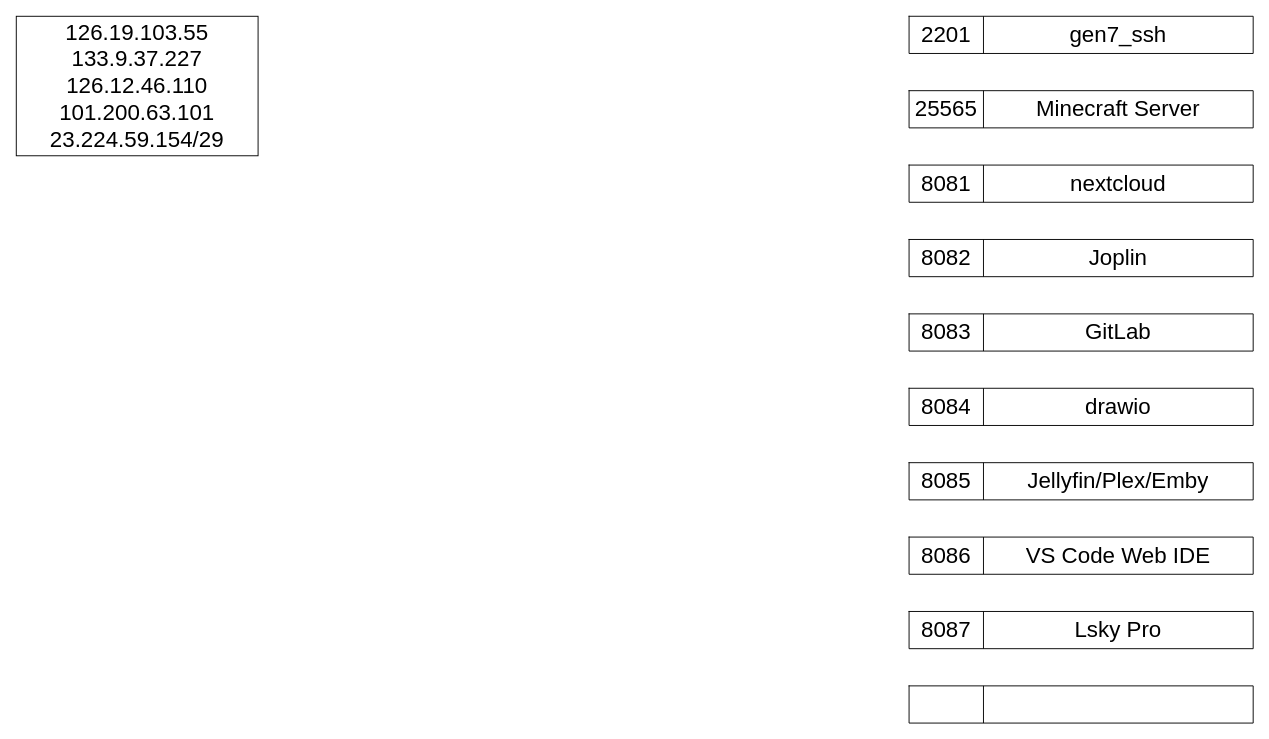
Earlier version of the draw.io diagram 未命名绘图.drawio (CharlesHJC/CICD). Source tidied: cells renumbered, new cells numbered last; positions are measured from the earlier drawing's top-left corner, leaving out a move shared by most shapes. Both pictures are drawn from the tidied source at 93%, with x=0, y=0 at pixel (16, 16).
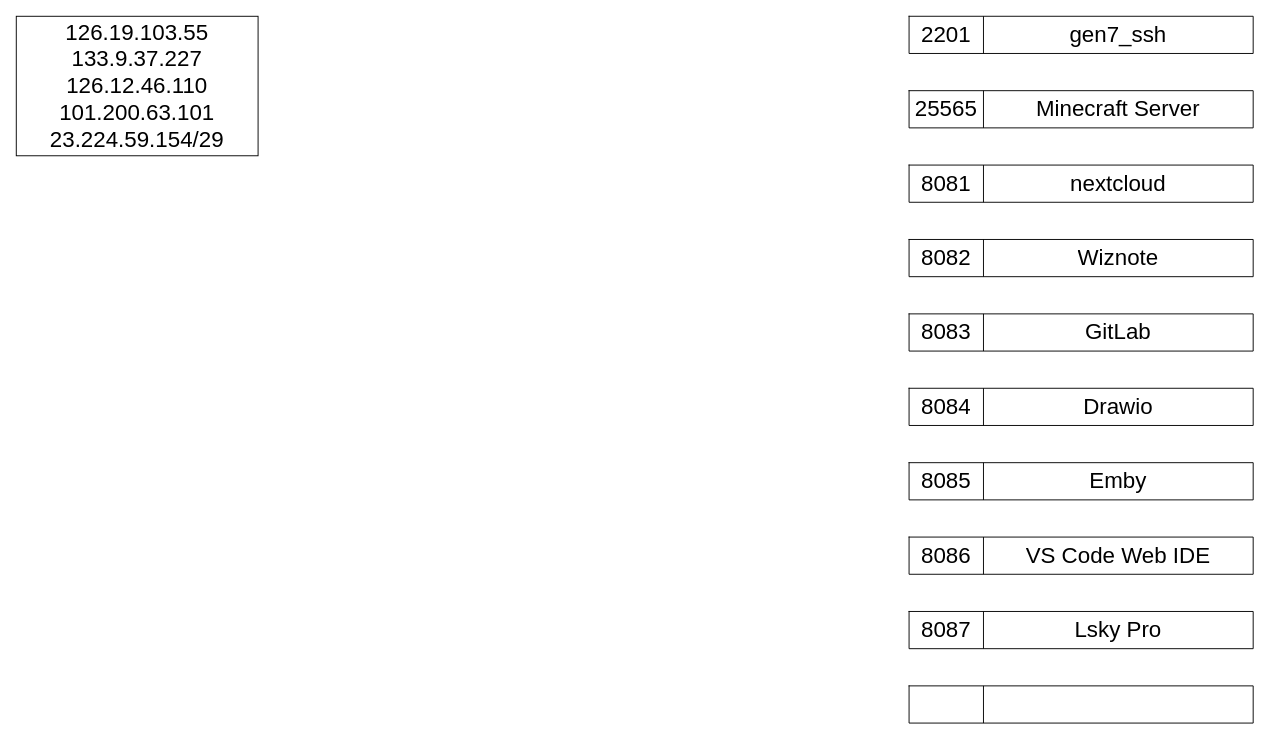
Above is the later version.

The change refers to these unchanged cells:
```xml
<mxCell id="11" style="shape=tableRow;horizontal=0;startSize=0;swimlaneHead=0;swimlaneBody=0;top=0;left=0;bottom=0;right=0;fillColor=none;fontSize=24;" parent="10" vertex="1">
  <mxGeometry width="370" height="40" as="geometry" />
</mxCell>
<mxCell id="19" style="shape=tableRow;horizontal=0;startSize=0;swimlaneHead=0;swimlaneBody=0;top=0;left=0;bottom=0;right=0;fillColor=none;fontSize=24;" parent="18" vertex="1">
  <mxGeometry width="370" height="40" as="geometry" />
</mxCell>
<mxCell id="23" style="shape=tableRow;horizontal=0;startSize=0;swimlaneHead=0;swimlaneBody=0;top=0;left=0;bottom=0;right=0;fillColor=none;fontSize=24;" parent="22" vertex="1">
  <mxGeometry width="370" height="40" as="geometry" />
</mxCell>
```

Diff of the diagram source:
```diff
@@
-    <mxCell id="13" value="drawio" style="shape=partialRectangle;html=1;whiteSpace=wrap;overflow=hidden;fillColor=none;top=0;left=0;bottom=0;right=0;fontSize=24;" parent="11" vertex="1">
+    <mxCell id="13" value="Drawio" style="shape=partialRectangle;html=1;whiteSpace=wrap;overflow=hidden;fillColor=none;top=0;left=0;bottom=0;right=0;fontSize=24;" parent="11" vertex="1">
       <mxGeometry x="80" width="290" height="40" as="geometry" />
     </mxCell>
@@
-    <mxCell id="21" value="Joplin" style="shape=partialRectangle;html=1;whiteSpace=wrap;overflow=hidden;fillColor=none;top=0;left=0;bottom=0;right=0;fontSize=24;" parent="19" vertex="1">
+    <mxCell id="21" value="Wiznote" style="shape=partialRectangle;html=1;whiteSpace=wrap;overflow=hidden;fillColor=none;top=0;left=0;bottom=0;right=0;fontSize=24;" parent="19" vertex="1">
       <mxGeometry x="80" width="290" height="40" as="geometry" />
     </mxCell>
@@
-    <mxCell id="25" value="Jellyfin/Plex/Emby" style="shape=partialRectangle;html=1;whiteSpace=wrap;overflow=hidden;fillColor=none;top=0;left=0;bottom=0;right=0;fontSize=24;" parent="23" vertex="1">
+    <mxCell id="25" value="Emby" style="shape=partialRectangle;html=1;whiteSpace=wrap;overflow=hidden;fillColor=none;top=0;left=0;bottom=0;right=0;fontSize=24;" parent="23" vertex="1">
       <mxGeometry x="80" width="290" height="40" as="geometry" />
     </mxCell>
```
